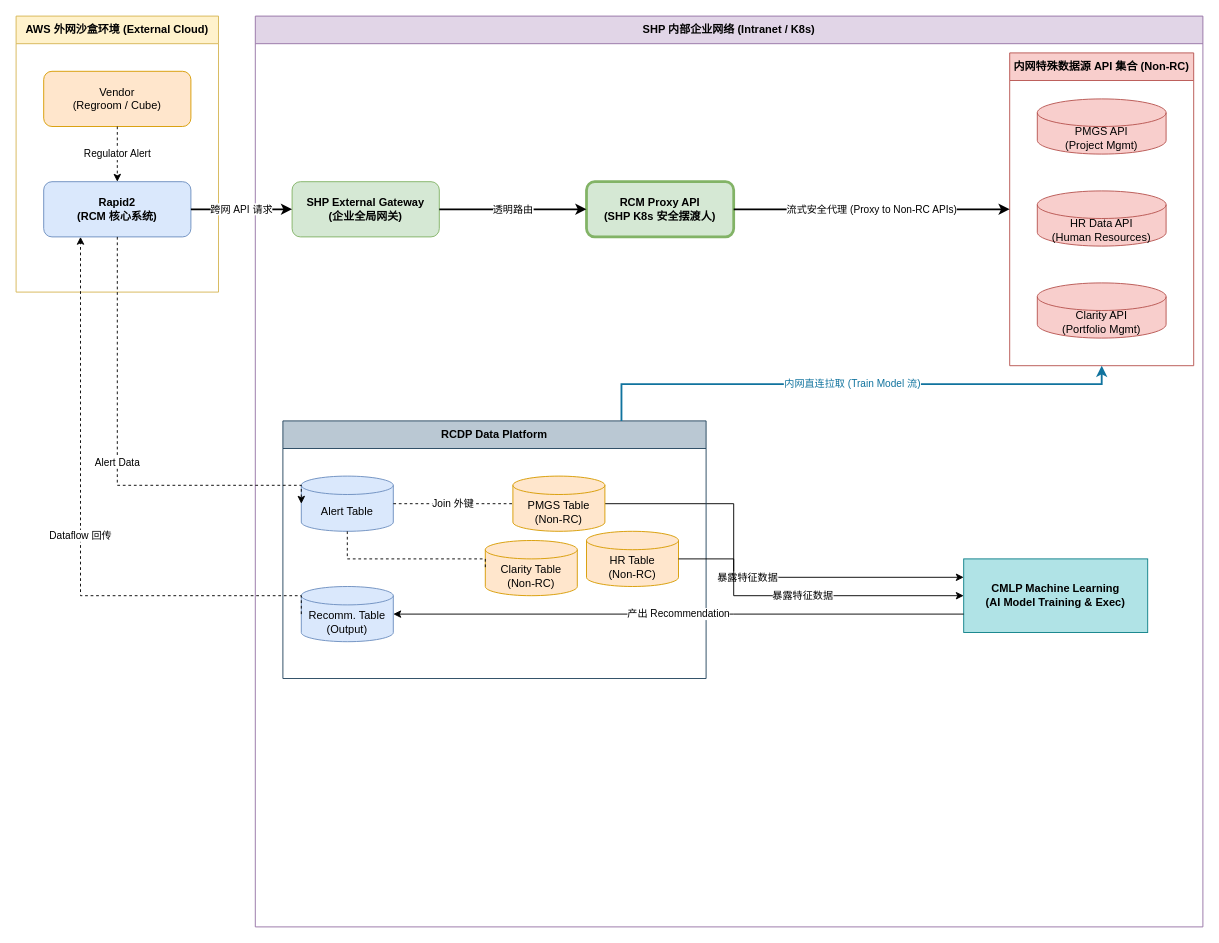
This is drawio/rcm_architecture.drawio from nvd11/f_store, a draw.io file, before an edit. Source tidied: cells renumbered, new cells numbered last; positions are measured from the earlier drawing's top-left corner, leaving out a move shared by most shapes. Both pictures are drawn from the tidied source at 92%, with x=0, y=0 at pixel (16, 16).
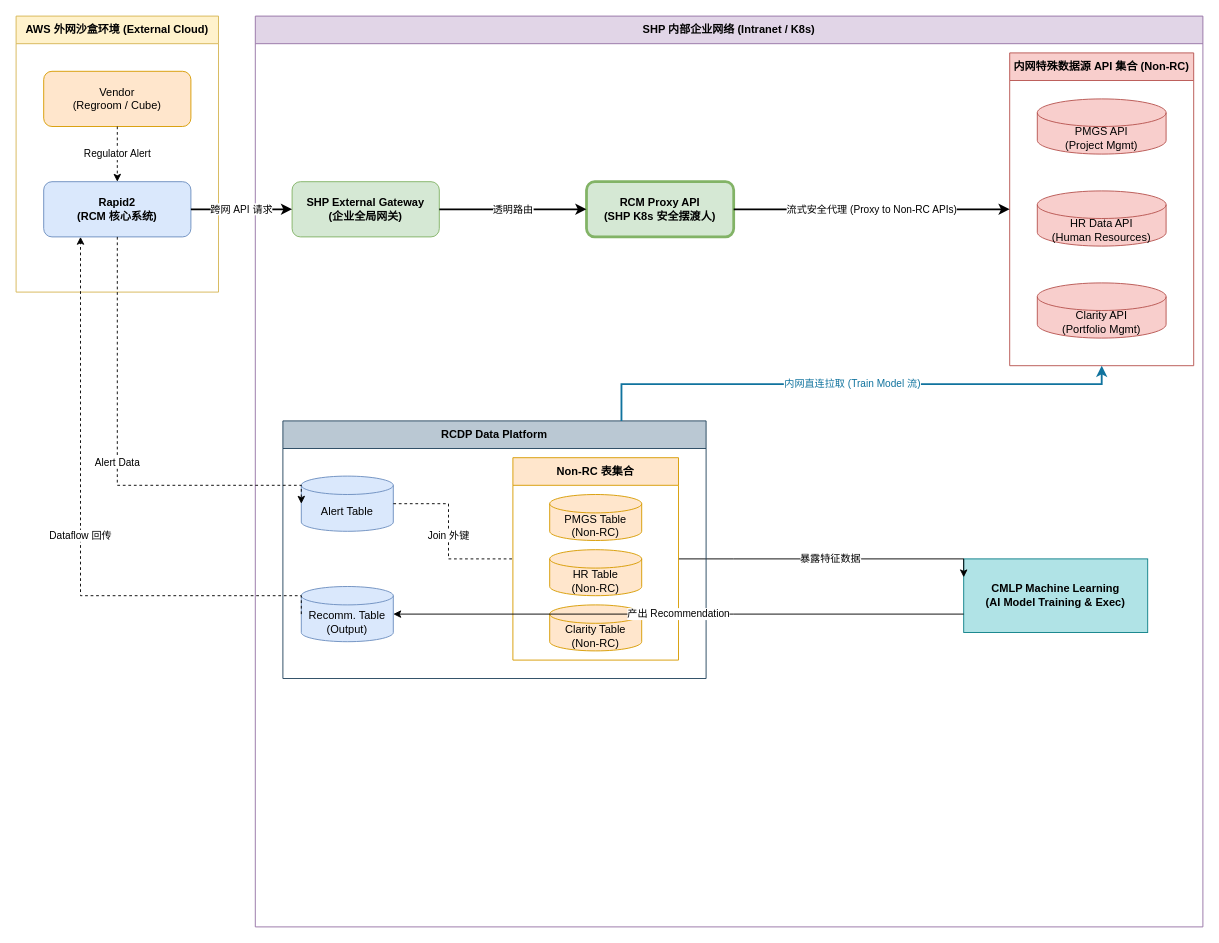
The same page after the edit.

Commit message:
docs(architecture): group Non-RC tables in RCDP and simplify output edge to CMLP

Unchanged cells that the change refers to:
```xml
<mxCell id="10" value="CMLP Machine Learning&#10;(AI Model Training &amp; Exec)" style="rounded=0;whiteSpace=wrap;html=1;fillColor=#b0e3e6;strokeColor=#0e8088;fontStyle=1;" parent="3" vertex="1">
  <mxGeometry x="770" y="590" width="200" height="80" as="geometry" />
</mxCell>
<mxCell id="15" value="RCDP Data Platform" style="swimlane;whiteSpace=wrap;html=1;fillColor=#bac8d3;strokeColor=#23445d;startSize=30;fontStyle=1;" parent="1" vertex="1">
  <mxGeometry x="290" y="440" width="460" height="280" as="geometry" />
</mxCell>
<mxCell id="16" value="Alert Table" style="shape=cylinder3;whiteSpace=wrap;html=1;boundedLbl=1;backgroundOutline=1;size=10;fillColor=#dae8fc;strokeColor=#6c8ebf;" parent="15" vertex="1">
  <mxGeometry x="20" y="60" width="100" height="60" as="geometry" />
</mxCell>
```

What changed in the source:
```diff
@@
-    <mxCell id="11" value="暴露特征数据" style="edgeStyle=orthogonalEdgeStyle;rounded=0;jettySize=auto;html=1;entryX=0;entryY=0.25;entryDx=0;entryDy=0;exitX=1;exitY=0.5;exitDx=0;exitDy=0;exitPerimeter=0;" parent="1" edge="1" source="18" target="10">
+    <mxCell id="11" value="暴露特征数据" style="edgeStyle=orthogonalEdgeStyle;rounded=0;jettySize=auto;html=1;entryX=0;entryY=0.25;entryDx=0;entryDy=0;exitX=1;exitY=0.5;exitDx=0;exitDy=0;" parent="1" edge="1" source="31" target="10">
       <mxGeometry relative="1" as="geometry">
         <Array as="points">
-          <mxPoint x="780" y="530" />
-          <mxPoint x="780" y="610" />
+          <mxPoint x="780" y="590" />
+          <mxPoint x="780" y="590" />
         </Array>
       </mxGeometry>
     </mxCell>
@@
+    <mxCell id="31" value="Non-RC 表集合" style="swimlane;whiteSpace=wrap;html=1;fillColor=#ffe6cc;strokeColor=#d79b00;startSize=30;fontStyle=1;" parent="15" vertex="1">
+      <mxGeometry x="250" y="40" width="180" height="220" as="geometry" />
+    </mxCell>
-    <mxCell id="18" value="PMGS Table&#10;(Non-RC)" style="shape=cylinder3;whiteSpace=wrap;html=1;boundedLbl=1;backgroundOutline=1;size=10;fillColor=#ffe6cc;strokeColor=#d79b00;" parent="15" vertex="1">
-      <mxGeometry x="250" y="60" width="100" height="60" as="geometry" />
+    <mxCell id="18" value="PMGS Table&#10;(Non-RC)" style="shape=cylinder3;whiteSpace=wrap;html=1;boundedLbl=1;backgroundOutline=1;size=10;fillColor=#ffe6cc;strokeColor=#d79b00;" parent="31" vertex="1">
+      <mxGeometry x="40" y="40" width="100" height="50" as="geometry" />
     </mxCell>
-    <mxCell id="19" value="HR Table&#10;(Non-RC)" style="shape=cylinder3;whiteSpace=wrap;html=1;boundedLbl=1;backgroundOutline=1;size=10;fillColor=#ffe6cc;strokeColor=#d79b00;" parent="15" vertex="1">
-      <mxGeometry x="330" y="120" width="100" height="60" as="geometry" />
+    <mxCell id="19" value="HR Table&#10;(Non-RC)" style="shape=cylinder3;whiteSpace=wrap;html=1;boundedLbl=1;backgroundOutline=1;size=10;fillColor=#ffe6cc;strokeColor=#d79b00;" parent="31" vertex="1">
+      <mxGeometry x="40" y="100" width="100" height="50" as="geometry" />
     </mxCell>
-    <mxCell id="20" value="Clarity Table&#10;(Non-RC)" style="shape=cylinder3;whiteSpace=wrap;html=1;boundedLbl=1;backgroundOutline=1;size=10;fillColor=#ffe6cc;strokeColor=#d79b00;" parent="15" vertex="1">
-      <mxGeometry x="220" y="130" width="100" height="60" as="geometry" />
+    <mxCell id="20" value="Clarity Table&#10;(Non-RC)" style="shape=cylinder3;whiteSpace=wrap;html=1;boundedLbl=1;backgroundOutline=1;size=10;fillColor=#ffe6cc;strokeColor=#d79b00;" parent="31" vertex="1">
+      <mxGeometry x="40" y="160" width="100" height="50" as="geometry" />
     </mxCell>
-    <mxCell id="21" value="Join 外键" style="edgeStyle=orthogonalEdgeStyle;rounded=0;jettySize=auto;html=1;dashed=1;endArrow=none;endFill=0;" parent="15" edge="1" source="16" target="18">
-      <mxGeometry relative="1" as="geometry" />
+    <mxCell id="21" value="Join 外键" style="edgeStyle=orthogonalEdgeStyle;rounded=0;jettySize=auto;html=1;dashed=1;endArrow=none;endFill=0;entryX=0;entryY=0.5;entryDx=0;entryDy=0;" parent="15" edge="1" source="16" target="31">
+      <mxGeometry relative="1" as="geometry">
+        <Array as="points">
+          <mxPoint x="180" y="90" />
+          <mxPoint x="180" y="150" />
+        </Array>
+      </mxGeometry>
     </mxCell>
-    <mxCell id="22" style="edgeStyle=orthogonalEdgeStyle;rounded=0;jettySize=auto;html=1;dashed=1;endArrow=none;endFill=0;entryX=0;entryY=0.5;entryDx=0;entryDy=0;entryPerimeter=0;" parent="15" edge="1" source="16" target="20">
-      <mxGeometry relative="1" as="geometry">
-        <Array as="points">
-          <mxPoint x="70" y="150" />
-          <mxPoint x="220" y="150" />
-        </Array>
-      </mxGeometry>
-    </mxCell>
@@
-    <mxCell id="30" value="暴露特征数据" style="edgeStyle=orthogonalEdgeStyle;rounded=0;jettySize=auto;html=1;exitX=1;exitY=0.5;exitDx=0;exitDy=0;exitPerimeter=0;entryX=0;entryY=0.5;entryDx=0;entryDy=0;" parent="1" edge="1" source="19" target="10">
-      <mxGeometry relative="1" as="geometry">
-        <Array as="points">
-          <mxPoint x="780" y="590" />
-          <mxPoint x="780" y="630" />
-        </Array>
-      </mxGeometry>
-    </mxCell>
```
